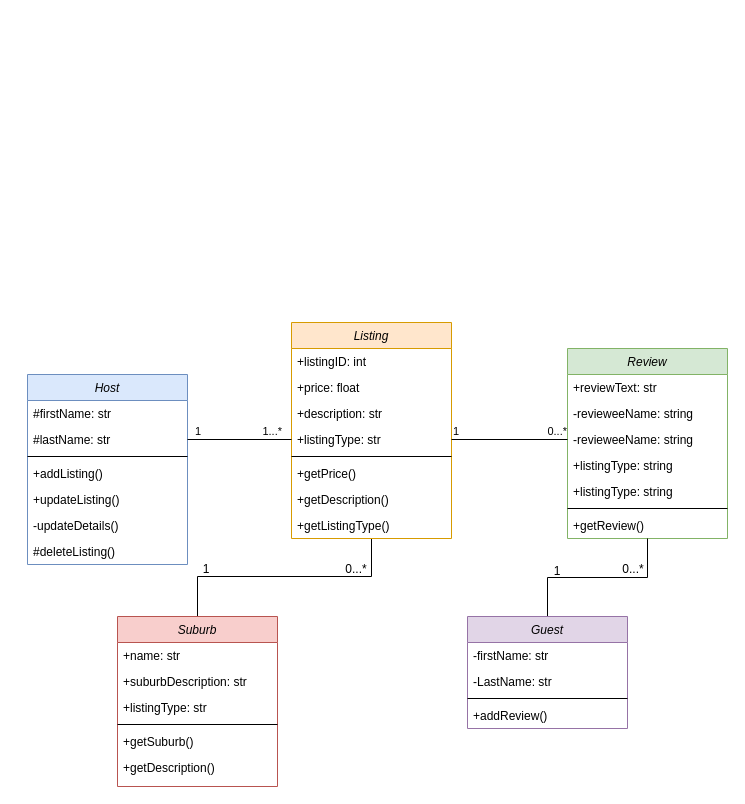
The draw.io diagram UML Class Diagram.drawio in oqmd/Assignment, before the edit. Source tidied: cells renumbered, new cells numbered last; positions are measured from the earlier drawing's top-left corner, leaving out a move shared by most shapes. Both pictures are drawn from the tidied source at 100%, with x=0, y=0 at pixel (27, 322).
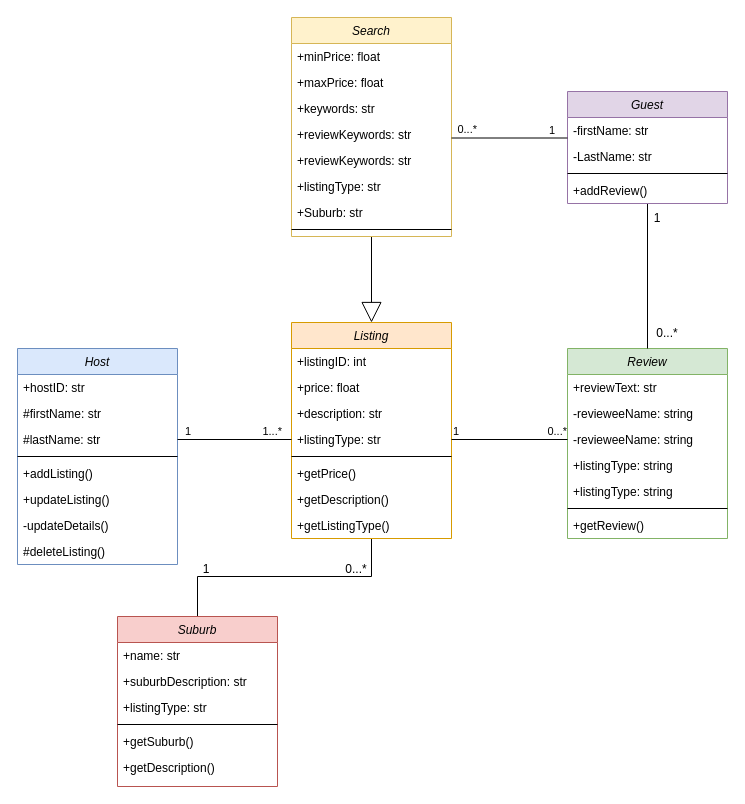
The same diagram, later.

Commit message:
Update UML Class Diagram (Feel free to edit).drawio

Unchanged cells that the change refers to:
```xml
<mxCell id="3" value="Listing" style="swimlane;fontStyle=2;align=center;verticalAlign=top;horizontal=1;startSize=26;rounded=0;shadow=0;strokeWidth=1;fillColor=#ffe6cc;strokeColor=#d79b00;" parent="1" vertex="1">
  <mxGeometry x="264" width="160" height="216" as="geometry" />
</mxCell>
<mxCell id="12" value="Review" style="swimlane;fontStyle=2;align=center;verticalAlign=top;horizontal=1;startSize=26;rounded=0;shadow=0;strokeWidth=1;fillColor=#d5e8d4;strokeColor=#82b366;" parent="1" vertex="1">
  <mxGeometry x="540" y="26" width="160" height="190" as="geometry" />
</mxCell>
```

The edit, as a diff of the source:
```diff
@@
     <mxCell id="27" value="Host" style="swimlane;fontStyle=2;align=center;verticalAlign=top;horizontal=1;startSize=26;rounded=0;shadow=0;strokeWidth=1;fillColor=#dae8fc;strokeColor=#6c8ebf;" parent="1" vertex="1">
-      <mxGeometry y="52" width="160" height="190" as="geometry" />
+      <mxGeometry x="-10" y="26" width="160" height="216" as="geometry" />
     </mxCell>
-    <mxCell id="28" value="#firstName: str" style="text;align=left;verticalAlign=top;spacingLeft=4;spacingRight=4;overflow=hidden;" parent="27" vertex="1">
+    <mxCell id="28" value="+hostID: str" style="text;align=left;verticalAlign=top;spacingLeft=4;spacingRight=4;overflow=hidden;" parent="27" vertex="1">
       <mxGeometry y="26" width="160" height="26" as="geometry" />
     </mxCell>
+    <mxCell id="51" value="#firstName: str" style="text;align=left;verticalAlign=top;spacingLeft=4;spacingRight=4;overflow=hidden;" parent="27" vertex="1">
+      <mxGeometry y="52" width="160" height="26" as="geometry" />
+    </mxCell>
     <mxCell id="29" value="#lastName: str" style="text;align=left;verticalAlign=top;spacingLeft=4;spacingRight=4;overflow=hidden;points=[[0,0.5],[1,0.5]];portConstraint=eastwest;rounded=0;shadow=0;html=0;" parent="27" vertex="1">
-      <mxGeometry y="52" width="160" height="26" as="geometry" />
+      <mxGeometry y="78" width="160" height="26" as="geometry" />
     </mxCell>
     <mxCell id="30" style="line;html=1;strokeWidth=1;align=left;verticalAlign=middle;spacingTop=-1;spacingLeft=3;spacingRight=3;labelPosition=right;" parent="27" vertex="1">
-      <mxGeometry y="78" width="160" height="8" as="geometry" />
+      <mxGeometry y="104" width="160" height="8" as="geometry" />
     </mxCell>
     <mxCell id="31" value="+addListing()" style="text;align=left;verticalAlign=top;spacingLeft=4;spacingRight=4;overflow=hidden;" parent="27" vertex="1">
-      <mxGeometry y="86" width="160" height="26" as="geometry" />
+      <mxGeometry y="112" width="160" height="26" as="geometry" />
     </mxCell>
     <mxCell id="32" value="+updateListing()" style="text;align=left;verticalAlign=top;spacingLeft=4;spacingRight=4;overflow=hidden;" parent="27" vertex="1">
-      <mxGeometry y="112" width="160" height="26" as="geometry" />
+      <mxGeometry y="138" width="160" height="26" as="geometry" />
     </mxCell>
     <mxCell id="33" value="-updateDetails()" style="text;align=left;verticalAlign=top;spacingLeft=4;spacingRight=4;overflow=hidden;" parent="27" vertex="1">
-      <mxGeometry y="138" width="160" height="26" as="geometry" />
+      <mxGeometry y="164" width="160" height="26" as="geometry" />
     </mxCell>
     <mxCell id="34" value="#deleteListing()" style="text;align=left;verticalAlign=top;spacingLeft=4;spacingRight=4;overflow=hidden;" parent="27" vertex="1">
-      <mxGeometry y="164" width="160" height="26" as="geometry" />
+      <mxGeometry y="190" width="160" height="26" as="geometry" />
     </mxCell>
-    <mxCell id="35" style="edgeStyle=orthogonalEdgeStyle;rounded=0;jettySize=auto;html=1;endArrow=none;endFill=0;" parent="1" edge="1" source="36" target="12">
+    <mxCell id="35" style="edgeStyle=orthogonalEdgeStyle;rounded=0;jettySize=auto;html=1;endArrow=none;endFill=0;entryX=0.5;entryY=0;entryDx=0;entryDy=0;" parent="1" edge="1" source="36" target="12">
       <mxGeometry relative="1" as="geometry" />
     </mxCell>
     <mxCell id="36" value="Guest" style="swimlane;fontStyle=2;align=center;verticalAlign=top;horizontal=1;startSize=26;rounded=0;shadow=0;strokeWidth=1;fillColor=#e1d5e7;strokeColor=#9673a6;" parent="1" vertex="1">
-      <mxGeometry x="440" y="294" width="160" height="112" as="geometry" />
+      <mxGeometry x="540" y="-231" width="160" height="112" as="geometry" />
     </mxCell>
@@
     <mxCell id="47" value="1" style="text;html=1;strokeColor=none;fillColor=none;align=center;verticalAlign=middle;whiteSpace=wrap;rounded=0;" parent="1" vertex="1">
-      <mxGeometry x="500" y="234" width="60" height="30" as="geometry" />
+      <mxGeometry x="600" y="-119" width="60" height="30" as="geometry" />
     </mxCell>
     <mxCell id="48" value="0...*" style="text;html=1;strokeColor=none;fillColor=none;align=center;verticalAlign=middle;whiteSpace=wrap;rounded=0;" parent="1" vertex="1">
-      <mxGeometry x="576" y="232" width="60" height="30" as="geometry" />
+      <mxGeometry x="610" y="-4" width="60" height="30" as="geometry" />
     </mxCell>
@@
+    <mxCell id="52" style="edgeStyle=orthogonalEdgeStyle;rounded=0;jettySize=auto;html=1;entryX=0.5;entryY=0;entryDx=0;entryDy=0;endArrow=block;endFill=0;endSize=18;" parent="1" edge="1" source="53" target="3">
+      <mxGeometry relative="1" as="geometry" />
+    </mxCell>
+    <mxCell id="53" value="Search" style="swimlane;fontStyle=2;align=center;verticalAlign=top;horizontal=1;startSize=26;rounded=0;shadow=0;strokeWidth=1;fillColor=#fff2cc;strokeColor=#d6b656;" parent="1" vertex="1">
+      <mxGeometry x="264" y="-305" width="160" height="219" as="geometry" />
+    </mxCell>
+    <mxCell id="54" value="+minPrice: float" style="text;align=left;verticalAlign=top;spacingLeft=4;spacingRight=4;overflow=hidden;" parent="53" vertex="1">
+      <mxGeometry y="26" width="160" height="26" as="geometry" />
+    </mxCell>
+    <mxCell id="55" value="+maxPrice: float" style="text;align=left;verticalAlign=top;spacingLeft=4;spacingRight=4;overflow=hidden;rounded=0;shadow=0;html=0;" parent="53" vertex="1">
+      <mxGeometry y="52" width="160" height="26" as="geometry" />
+    </mxCell>
+    <mxCell id="56" value="+keywords: str" style="text;align=left;verticalAlign=top;spacingLeft=4;spacingRight=4;overflow=hidden;rounded=0;shadow=0;html=0;" parent="53" vertex="1">
+      <mxGeometry y="78" width="160" height="26" as="geometry" />
+    </mxCell>
+    <mxCell id="57" value="+reviewKeywords: str" style="text;align=left;verticalAlign=top;spacingLeft=4;spacingRight=4;overflow=hidden;rounded=0;shadow=0;html=0;" parent="53" vertex="1">
+      <mxGeometry y="104" width="160" height="26" as="geometry" />
+    </mxCell>
+    <mxCell id="58" value="+reviewKeywords: str" style="text;align=left;verticalAlign=top;spacingLeft=4;spacingRight=4;overflow=hidden;rounded=0;shadow=0;html=0;" parent="53" vertex="1">
+      <mxGeometry y="130" width="160" height="26" as="geometry" />
+    </mxCell>
+    <mxCell id="59" value="+listingType: str" style="text;align=left;verticalAlign=top;spacingLeft=4;spacingRight=4;overflow=hidden;rounded=0;shadow=0;html=0;" parent="53" vertex="1">
+      <mxGeometry y="156" width="160" height="26" as="geometry" />
+    </mxCell>
+    <mxCell id="60" value="+Suburb: str" style="text;align=left;verticalAlign=top;spacingLeft=4;spacingRight=4;overflow=hidden;rounded=0;shadow=0;html=0;" parent="53" vertex="1">
+      <mxGeometry y="182" width="160" height="26" as="geometry" />
+    </mxCell>
+    <mxCell id="61" style="line;html=1;strokeWidth=1;align=left;verticalAlign=middle;spacingTop=-1;spacingLeft=3;spacingRight=3;labelPosition=right;" parent="53" vertex="1">
+      <mxGeometry y="208" width="160" height="8" as="geometry" />
+    </mxCell>
+    <mxCell id="62" style="endArrow=none;html=1;edgeStyle=orthogonalEdgeStyle;rounded=0;exitX=1;exitY=0.5;exitDx=0;exitDy=0;entryX=0;entryY=0.5;entryDx=0;entryDy=0;" parent="1" edge="1">
+      <mxGeometry relative="1" as="geometry">
+        <mxPoint x="424" y="-184.5" as="sourcePoint" />
+        <mxPoint x="540" y="-184.5" as="targetPoint" />
+      </mxGeometry>
+    </mxCell>
+    <mxCell id="63" value="1" style="edgeLabel;html=1;align=left;verticalAlign=bottom;" parent="62" vertex="1">
+      <mxGeometry x="-1" relative="1" as="geometry">
+        <mxPoint x="96" as="offset" />
+      </mxGeometry>
+    </mxCell>
+    <mxCell id="64" value="0...*" style="edgeLabel;html=1;align=right;verticalAlign=bottom;" parent="62" vertex="1">
+      <mxGeometry x="1" relative="1" as="geometry">
+        <mxPoint x="-90" y="-1" as="offset" />
+      </mxGeometry>
+    </mxCell>
```
